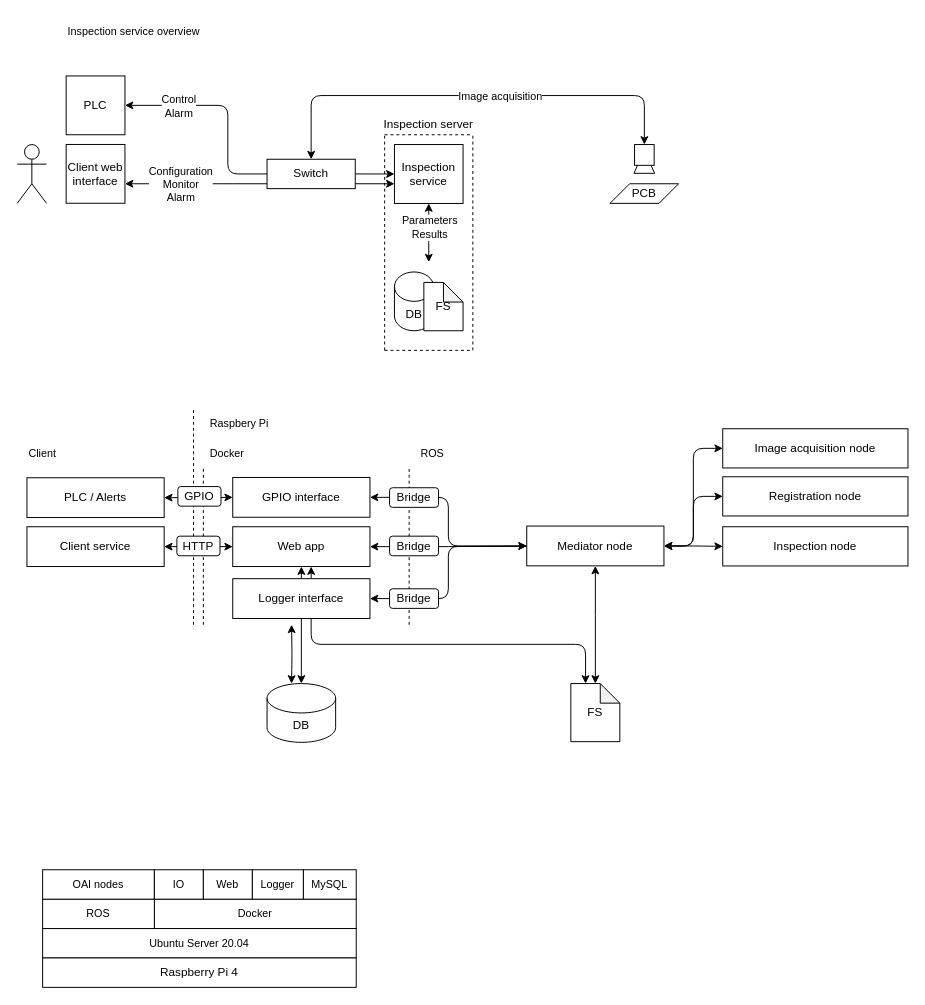
Earlier version of the draw.io diagram page "System architecture overview" (1 of 5) of design.drawio (ChrnyaevEK/open-aoi). Source tidied: cells renumbered, new cells numbered last; positions are measured from the earlier drawing's top-left corner, leaving out a move shared by most shapes. Both pictures are drawn from the tidied source at 98%, with x=0, y=0 at pixel (17, 17).
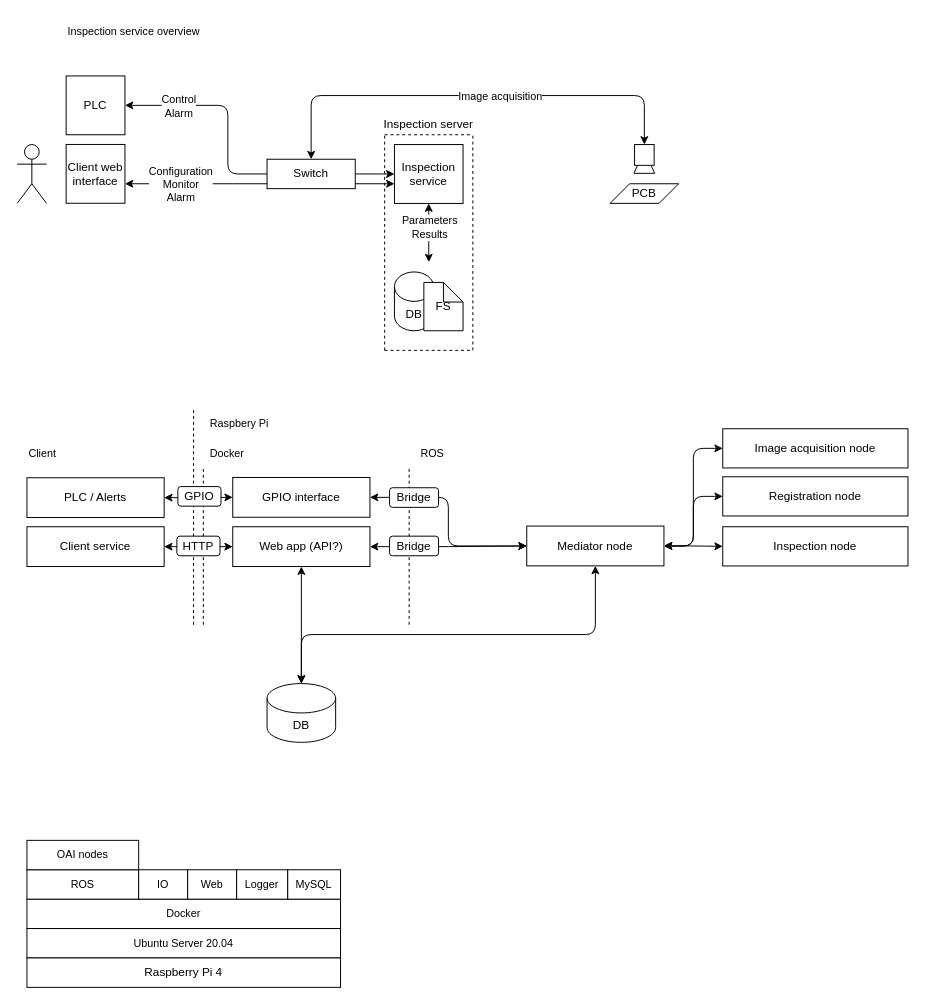
The same diagram, later.

Unchanged cells that the change refers to:
```xml
<mxCell id="24" value="Mediator node" style="rounded=0;whiteSpace=wrap;html=1;fillColor=default;" parent="1" vertex="1">
  <mxGeometry x="520" y="519.3" width="140" height="40.6" as="geometry" />
</mxCell>
<mxCell id="55" value="DB" style="shape=cylinder3;whiteSpace=wrap;html=1;boundedLbl=1;backgroundOutline=1;size=15;" parent="1" vertex="1">
  <mxGeometry x="255" y="680" width="70" height="60" as="geometry" />
</mxCell>
```

The edit, as a diff of the source:
```diff
@@
-    <mxCell id="31" style="edgeStyle=orthogonalEdgeStyle;jumpStyle=none;jumpSize=6;html=1;entryX=0;entryY=0;entryDx=15;entryDy=0;entryPerimeter=0;strokeWidth=1;startArrow=classic;startFill=1;endArrow=classic;endFill=1;startSize=6;endSize=6;" parent="1" edge="1" source="32" target="50">
-      <mxGeometry relative="1" as="geometry">
-        <Array as="points">
-          <mxPoint x="300" y="640" />
-          <mxPoint x="580" y="640" />
-        </Array>
-      </mxGeometry>
-    </mxCell>
-    <mxCell id="32" value="Web app" style="rounded=0;whiteSpace=wrap;html=1;fillColor=default;" parent="1" vertex="1">
+    <mxCell id="32" value="Web app (API?)" style="rounded=0;whiteSpace=wrap;html=1;fillColor=default;" parent="1" vertex="1">
       <mxGeometry x="220" y="520" width="140" height="40.6" as="geometry" />
     </mxCell>
@@
     <mxCell id="45" value="Docker" style="rounded=0;whiteSpace=wrap;html=1;fontSize=11;fillColor=default;" parent="1" vertex="1">
-      <mxGeometry x="140" y="900" width="206" height="30" as="geometry" />
+      <mxGeometry x="10" y="900" width="320" height="30" as="geometry" />
     </mxCell>
     <mxCell id="46" value="&lt;span style=&quot;font-size: 11px;&quot;&gt;Ubuntu Server 20.04&lt;/span&gt;" style="rounded=0;whiteSpace=wrap;html=1;fontSize=11;fillColor=default;" parent="1" vertex="1">
-      <mxGeometry x="26" y="930" width="320" height="30" as="geometry" />
+      <mxGeometry x="10" y="930" width="320" height="30" as="geometry" />
     </mxCell>
     <mxCell id="47" value="MySQL" style="rounded=0;whiteSpace=wrap;html=1;fontSize=11;fillColor=default;" parent="1" vertex="1">
-      <mxGeometry x="292" y="870" width="54" height="30" as="geometry" />
+      <mxGeometry x="276" y="870" width="54" height="30" as="geometry" />
     </mxCell>
     <mxCell id="48" value="ROS" style="rounded=0;whiteSpace=wrap;html=1;fontSize=11;fillColor=default;" parent="1" vertex="1">
-      <mxGeometry x="26" y="900" width="114" height="30" as="geometry" />
+      <mxGeometry x="10" y="870" width="114" height="30" as="geometry" />
     </mxCell>
-    <mxCell id="49" style="edgeStyle=orthogonalEdgeStyle;html=1;entryX=0.75;entryY=1;entryDx=0;entryDy=0;startArrow=classic;startFill=1;" parent="1" edge="1" source="50">
-      <mxGeometry relative="1" as="geometry">
-        <mxPoint x="590" y="560" as="targetPoint" />
-      </mxGeometry>
-    </mxCell>
-    <mxCell id="50" value="FS" style="shape=note;whiteSpace=wrap;html=1;backgroundOutline=1;darkOpacity=0.05;size=20;" parent="1" vertex="1">
-      <mxGeometry x="565" y="680" width="50" height="59.3" as="geometry" />
-    </mxCell>
@@
     <mxCell id="56" value="OAI nodes" style="rounded=0;whiteSpace=wrap;html=1;fontSize=11;fillColor=default;" parent="1" vertex="1">
-      <mxGeometry x="26" y="870" width="114" height="30" as="geometry" />
+      <mxGeometry x="10" y="840" width="114" height="30" as="geometry" />
     </mxCell>
     <mxCell id="57" value="IO" style="rounded=0;whiteSpace=wrap;html=1;fontSize=11;fillColor=default;" parent="1" vertex="1">
-      <mxGeometry x="140" y="870" width="50" height="30" as="geometry" />
+      <mxGeometry x="124" y="870" width="50" height="30" as="geometry" />
     </mxCell>
     <mxCell id="58" value="Web" style="rounded=0;whiteSpace=wrap;html=1;fontSize=11;fillColor=default;" parent="1" vertex="1">
-      <mxGeometry x="190" y="870" width="50" height="30" as="geometry" />
+      <mxGeometry x="174" y="870" width="50" height="30" as="geometry" />
     </mxCell>
@@
     <mxCell id="61" value="Raspberry Pi 4" style="rounded=0;whiteSpace=wrap;html=1;" parent="1" vertex="1">
-      <mxGeometry x="26" y="960" width="320" height="30" as="geometry" />
+      <mxGeometry x="10" y="960" width="320" height="30" as="geometry" />
     </mxCell>
@@
-    <mxCell id="68" style="edgeStyle=orthogonalEdgeStyle;jumpStyle=none;jumpSize=6;html=1;strokeWidth=1;startArrow=classic;startFill=1;endArrow=none;endFill=0;startSize=6;endSize=12;exitX=1;exitY=0.5;exitDx=0;exitDy=0;" parent="1" edge="1" source="70">
-      <mxGeometry relative="1" as="geometry">
-        <mxPoint x="520" y="540" as="targetPoint" />
-        <Array as="points">
-          <mxPoint x="440" y="593" />
-          <mxPoint x="440" y="540" />
-        </Array>
-      </mxGeometry>
-    </mxCell>
-    <mxCell id="69" style="edgeStyle=orthogonalEdgeStyle;jumpStyle=none;jumpSize=6;html=1;entryX=0.357;entryY=0;entryDx=0;entryDy=0;entryPerimeter=0;strokeWidth=1;startArrow=classic;startFill=1;endArrow=classic;endFill=1;startSize=6;endSize=6;" parent="1" edge="1" target="55">
+    <mxCell id="69" style="edgeStyle=orthogonalEdgeStyle;jumpStyle=none;jumpSize=6;html=1;strokeWidth=1;startArrow=classic;startFill=1;endArrow=classic;endFill=1;startSize=6;endSize=6;exitX=0.5;exitY=1;exitDx=0;exitDy=0;entryX=0.5;entryY=0;entryDx=0;entryDy=0;entryPerimeter=0;" parent="1" edge="1" source="24" target="55">
       <mxGeometry relative="1" as="geometry">
-        <mxPoint x="280" y="620" as="sourcePoint" />
+        <Array as="points">
+          <mxPoint x="590" y="630" />
+          <mxPoint x="290" y="630" />
+        </Array>
       </mxGeometry>
     </mxCell>
-    <mxCell id="70" value="Logger interface" style="rounded=0;whiteSpace=wrap;html=1;fillColor=default;" parent="1" vertex="1">
-      <mxGeometry x="220" y="573" width="140" height="40.6" as="geometry" />
-    </mxCell>
-    <mxCell id="71" value="Bridge" style="rounded=1;whiteSpace=wrap;html=1;" parent="1" vertex="1">
-      <mxGeometry x="380" y="583.3" width="50" height="20" as="geometry" />
-    </mxCell>
     <mxCell id="72" value="Logger" style="rounded=0;whiteSpace=wrap;html=1;fontSize=11;fillColor=default;" parent="1" vertex="1">
-      <mxGeometry x="240" y="870" width="52" height="30" as="geometry" />
+      <mxGeometry x="224" y="870" width="52" height="30" as="geometry" />
     </mxCell>
```
